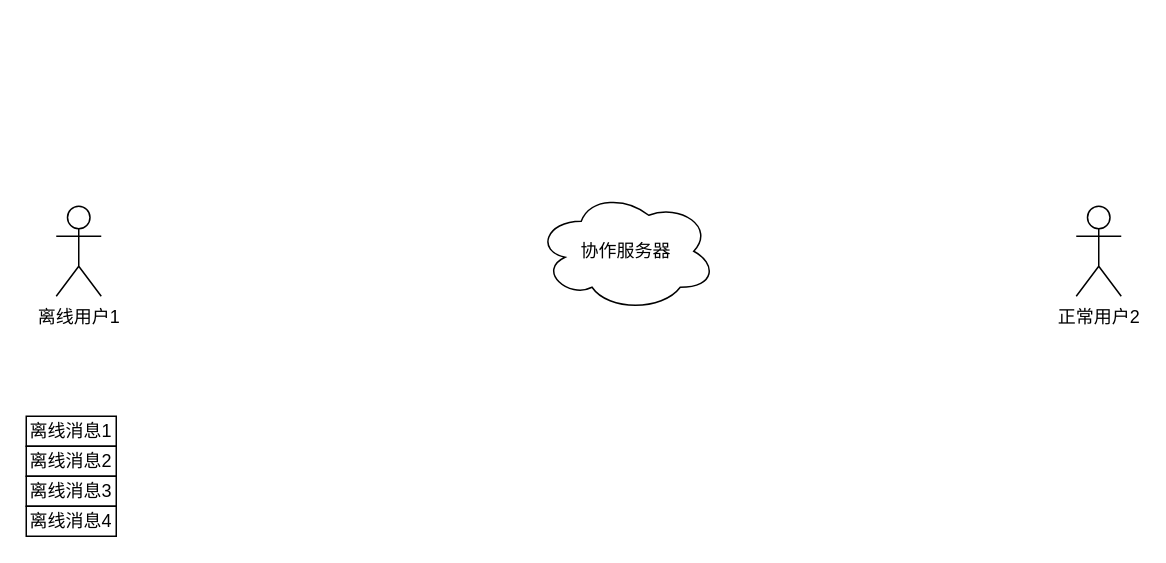
kkgg123/ROOT keeps this draw.io diagram as Untitled Diagram.drawio. Above is the earlier version. Source tidied: cells renumbered, new cells numbered last; positions are measured from the earlier drawing's top-left corner, leaving out a move shared by most shapes. Both pictures are drawn from the tidied source at 150%, with x=0, y=0 at pixel (26, 190).
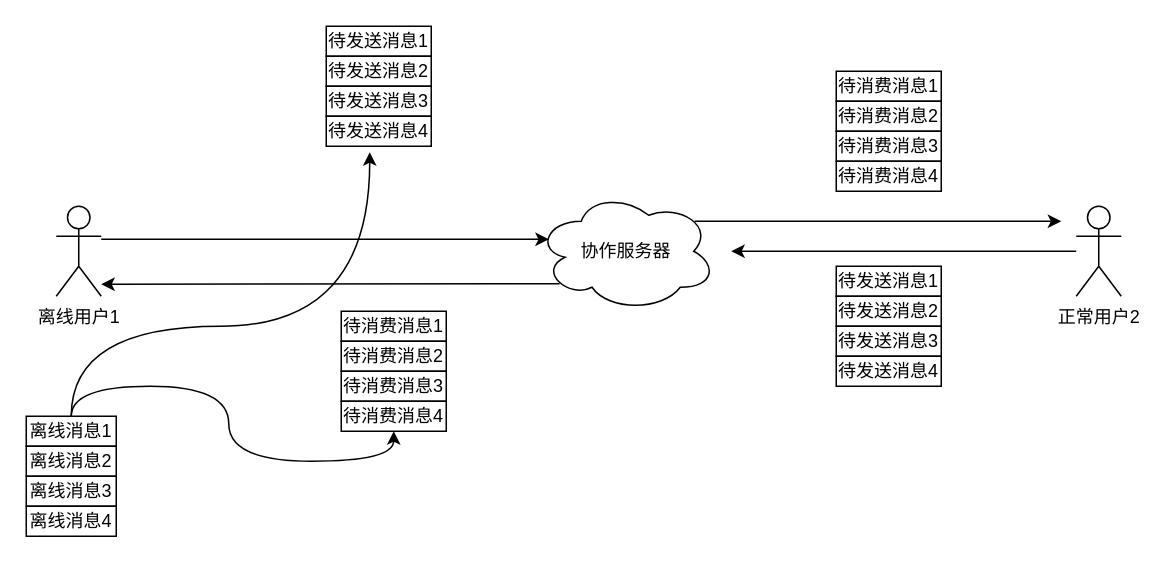
The same page after the edit.

Unchanged cells that the change refers to:
```xml
<mxCell id="2" value="协作服务器" style="ellipse;shape=cloud;whiteSpace=wrap;html=1;" parent="1" vertex="1">
  <mxGeometry x="340" width="120" height="80" as="geometry" />
</mxCell>
<mxCell id="3" value="正常用户2" style="shape=umlActor;verticalLabelPosition=bottom;verticalAlign=top;html=1;outlineConnect=0;" parent="1" vertex="1">
  <mxGeometry x="700" y="10" width="30" height="60" as="geometry" />
</mxCell>
<mxCell id="4" value="离线用户1" style="shape=umlActor;verticalLabelPosition=bottom;verticalAlign=top;html=1;outlineConnect=0;" parent="1" vertex="1">
  <mxGeometry x="20" y="10" width="30" height="60" as="geometry" />
</mxCell>
<mxCell id="5" value="离线消息1" style="rounded=0;whiteSpace=wrap;html=1;" parent="1" vertex="1">
  <mxGeometry y="150" width="60" height="20" as="geometry" />
</mxCell>
```

The edit, as a diff of the source:
```diff
@@
+    <mxCell id="9" style="edgeStyle=orthogonalEdgeStyle;rounded=0;jettySize=auto;html=1;exitX=0.88;exitY=0.25;exitDx=0;exitDy=0;exitPerimeter=0;" parent="1" edge="1" source="2">
+      <mxGeometry relative="1" as="geometry">
+        <mxPoint x="690" y="20" as="targetPoint" />
+      </mxGeometry>
+    </mxCell>
+    <mxCell id="10" style="edgeStyle=none;rounded=0;jettySize=auto;html=1;exitX=0.13;exitY=0.77;exitDx=0;exitDy=0;exitPerimeter=0;entryX=1;entryY=0.867;entryDx=0;entryDy=0;entryPerimeter=0;" parent="1" edge="1" source="2" target="4">
+      <mxGeometry relative="1" as="geometry" />
+    </mxCell>
@@
+    <mxCell id="11" style="edgeStyle=orthogonalEdgeStyle;rounded=0;jettySize=auto;html=1;" parent="1" edge="1" source="3">
+      <mxGeometry relative="1" as="geometry">
+        <mxPoint x="470" y="40" as="targetPoint" />
+      </mxGeometry>
+    </mxCell>
@@
+    <mxCell id="12" style="edgeStyle=orthogonalEdgeStyle;rounded=0;jettySize=auto;html=1;entryX=0.414;entryY=1.2;entryDx=0;entryDy=0;exitX=0.5;exitY=0;exitDx=0;exitDy=0;curved=1;entryPerimeter=0;" parent="1" edge="1" source="5" target="26">
+      <mxGeometry relative="1" as="geometry">
+        <Array as="points">
+          <mxPoint x="30" y="90" />
+          <mxPoint x="229" y="90" />
+        </Array>
+      </mxGeometry>
+    </mxCell>
+    <mxCell id="13" style="edgeStyle=orthogonalEdgeStyle;rounded=0;jettySize=auto;html=1;exitX=0.5;exitY=0;exitDx=0;exitDy=0;entryX=0.5;entryY=1;entryDx=0;entryDy=0;curved=1;" parent="1" edge="1" source="5" target="30">
+      <mxGeometry relative="1" as="geometry" />
+    </mxCell>
@@
+    <mxCell id="14" value="待消费消息1" style="rounded=0;whiteSpace=wrap;html=1;" parent="1" vertex="1">
+      <mxGeometry x="540" y="-80" width="70" height="20" as="geometry" />
+    </mxCell>
+    <mxCell id="15" value="待消费消息2" style="rounded=0;whiteSpace=wrap;html=1;" parent="1" vertex="1">
+      <mxGeometry x="540" y="-60" width="70" height="20" as="geometry" />
+    </mxCell>
+    <mxCell id="16" value="待消费消息3" style="rounded=0;whiteSpace=wrap;html=1;" parent="1" vertex="1">
+      <mxGeometry x="540" y="-40" width="70" height="20" as="geometry" />
+    </mxCell>
+    <mxCell id="17" value="待消费消息4" style="rounded=0;whiteSpace=wrap;html=1;" parent="1" vertex="1">
+      <mxGeometry x="540" y="-20" width="70" height="20" as="geometry" />
+    </mxCell>
+    <mxCell id="18" style="rounded=0;jettySize=auto;html=1;entryX=0.07;entryY=0.4;entryDx=0;entryDy=0;entryPerimeter=0;exitX=1;exitY=0.367;exitDx=0;exitDy=0;exitPerimeter=0;" parent="1" edge="1" source="4" target="2">
+      <mxGeometry relative="1" as="geometry" />
+    </mxCell>
+    <mxCell id="19" value="待发送消息1" style="rounded=0;whiteSpace=wrap;html=1;" parent="1" vertex="1">
+      <mxGeometry x="540" y="50" width="70" height="20" as="geometry" />
+    </mxCell>
+    <mxCell id="20" value="待发送消息2" style="rounded=0;whiteSpace=wrap;html=1;" parent="1" vertex="1">
+      <mxGeometry x="540" y="70" width="70" height="20" as="geometry" />
+    </mxCell>
+    <mxCell id="21" value="待发送消息3" style="rounded=0;whiteSpace=wrap;html=1;" parent="1" vertex="1">
+      <mxGeometry x="540" y="90" width="70" height="20" as="geometry" />
+    </mxCell>
+    <mxCell id="22" value="待发送消息4" style="rounded=0;whiteSpace=wrap;html=1;" parent="1" vertex="1">
+      <mxGeometry x="540" y="110" width="70" height="20" as="geometry" />
+    </mxCell>
+    <mxCell id="23" value="待发送消息1" style="rounded=0;whiteSpace=wrap;html=1;" parent="1" vertex="1">
+      <mxGeometry x="200" y="-110" width="70" height="20" as="geometry" />
+    </mxCell>
+    <mxCell id="24" value="待发送消息2" style="rounded=0;whiteSpace=wrap;html=1;" parent="1" vertex="1">
+      <mxGeometry x="200" y="-90" width="70" height="20" as="geometry" />
+    </mxCell>
+    <mxCell id="25" value="待发送消息3" style="rounded=0;whiteSpace=wrap;html=1;" parent="1" vertex="1">
+      <mxGeometry x="200" y="-70" width="70" height="20" as="geometry" />
+    </mxCell>
+    <mxCell id="26" value="待发送消息4" style="rounded=0;whiteSpace=wrap;html=1;" parent="1" vertex="1">
+      <mxGeometry x="200" y="-50" width="70" height="20" as="geometry" />
+    </mxCell>
+    <mxCell id="27" value="待消费消息1" style="rounded=0;whiteSpace=wrap;html=1;" parent="1" vertex="1">
+      <mxGeometry x="210" y="80" width="70" height="20" as="geometry" />
+    </mxCell>
+    <mxCell id="28" value="待消费消息2" style="rounded=0;whiteSpace=wrap;html=1;" parent="1" vertex="1">
+      <mxGeometry x="210" y="100" width="70" height="20" as="geometry" />
+    </mxCell>
+    <mxCell id="29" value="待消费消息3" style="rounded=0;whiteSpace=wrap;html=1;" parent="1" vertex="1">
+      <mxGeometry x="210" y="120" width="70" height="20" as="geometry" />
+    </mxCell>
+    <mxCell id="30" value="待消费消息4" style="rounded=0;whiteSpace=wrap;html=1;" parent="1" vertex="1">
+      <mxGeometry x="210" y="140" width="70" height="20" as="geometry" />
+    </mxCell>
```
